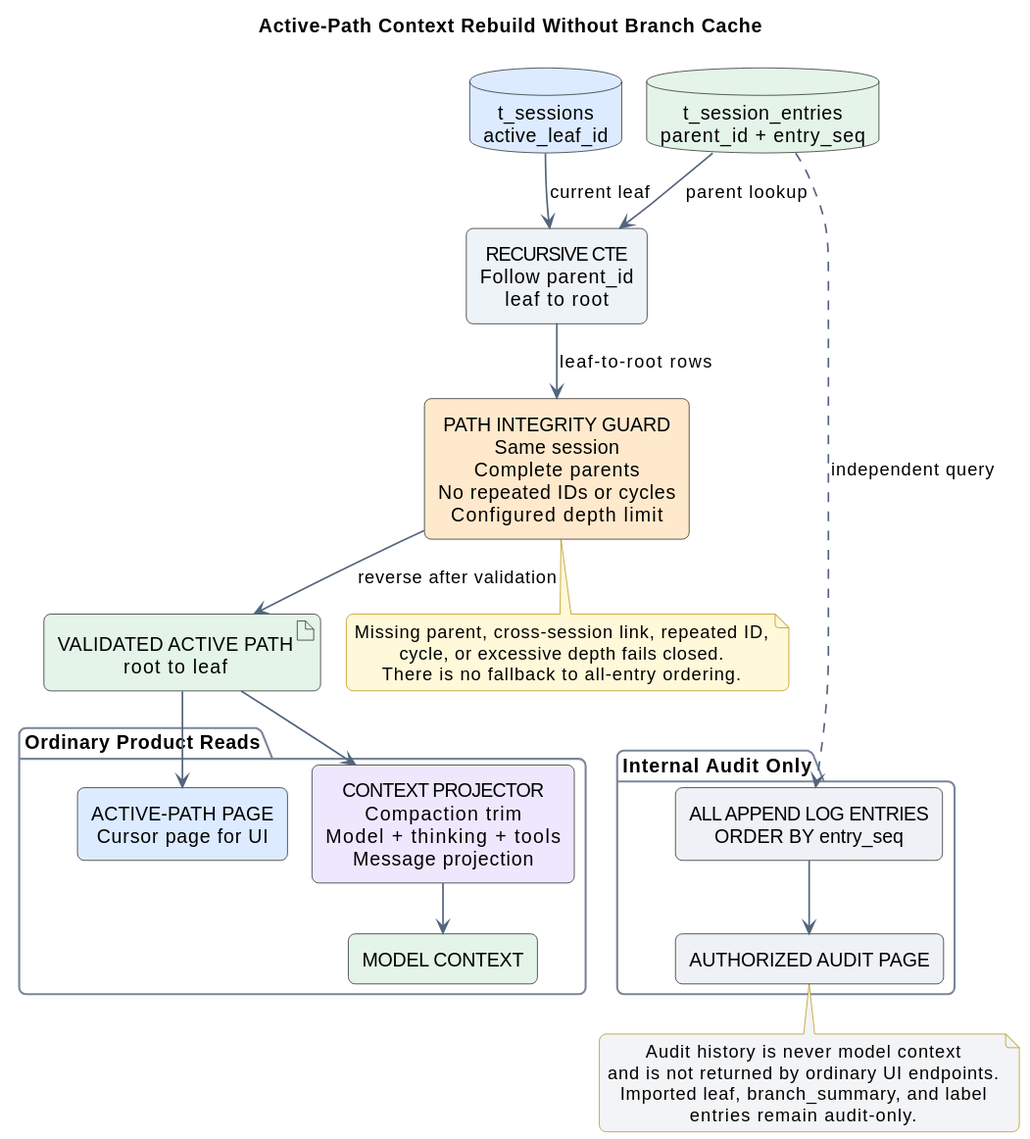
This is diagrams/memory/memory-context-rebuild.svg from ssm0808/pi-mono-java-design, a PlantUML export, as it was before one commit.
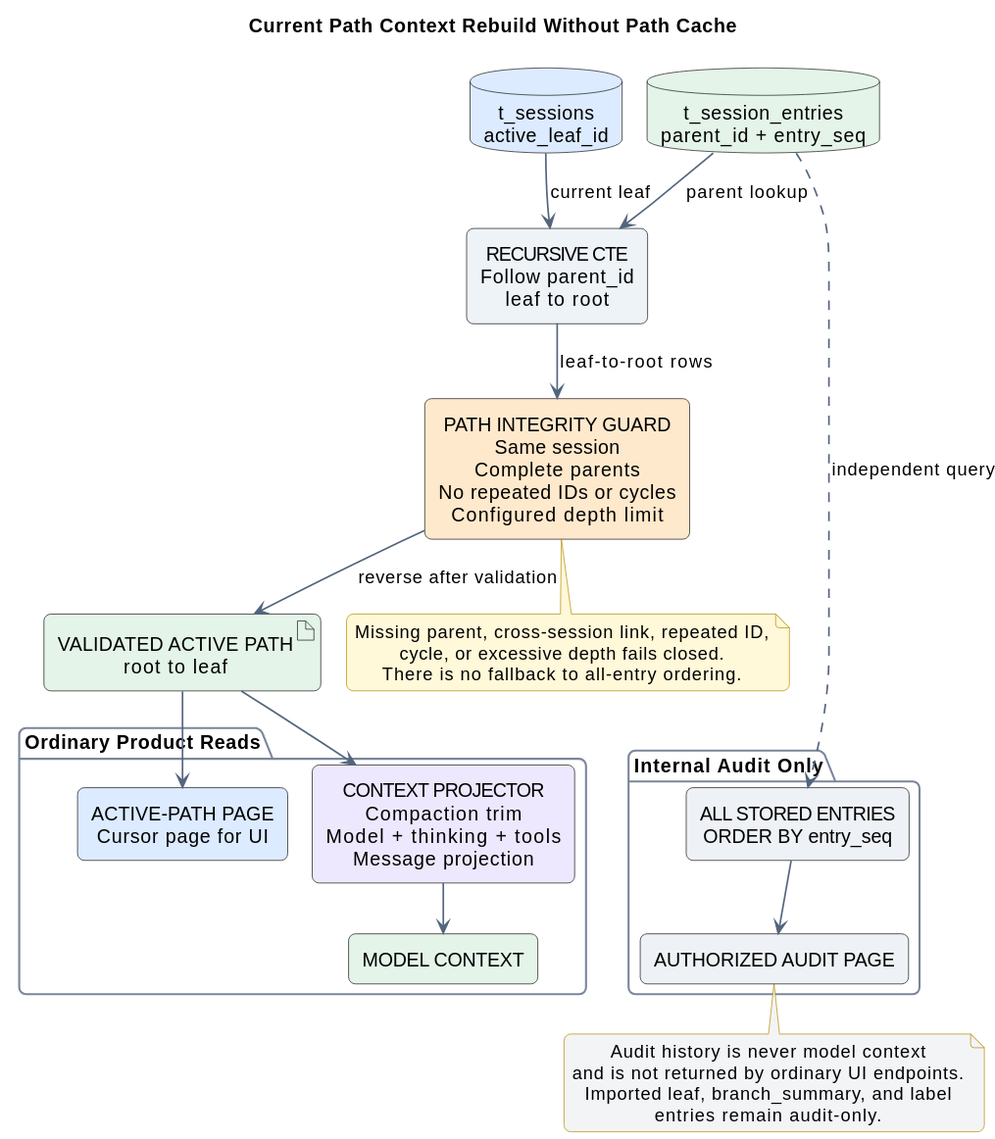
The same diagram one commit later.

Commit message:
docs(memory): polish design terminology

What changed in the source:
```diff
@@ -1,6 +1,6 @@
 @startuml
 !pragma layout smetana
-title Active-Path Context Rebuild Without Branch Cache
+title Current Path Context Rebuild Without Path Cache
 top to bottom direction
 
 skinparam backgroundColor #FFFFFF
@@ -33,7 +33,7 @@
 }
 
 package "Internal Audit Only" as internal {
-  rectangle "ALL APPEND LOG ENTRIES\nORDER BY entry_seq" as allEntries #EEF1F5
+  rectangle "ALL STORED ENTRIES\nORDER BY entry_seq" as allEntries #EEF1F5
   rectangle "AUTHORIZED AUDIT PAGE" as audit #EEF1F5
   allEntries --> audit
 }
```
